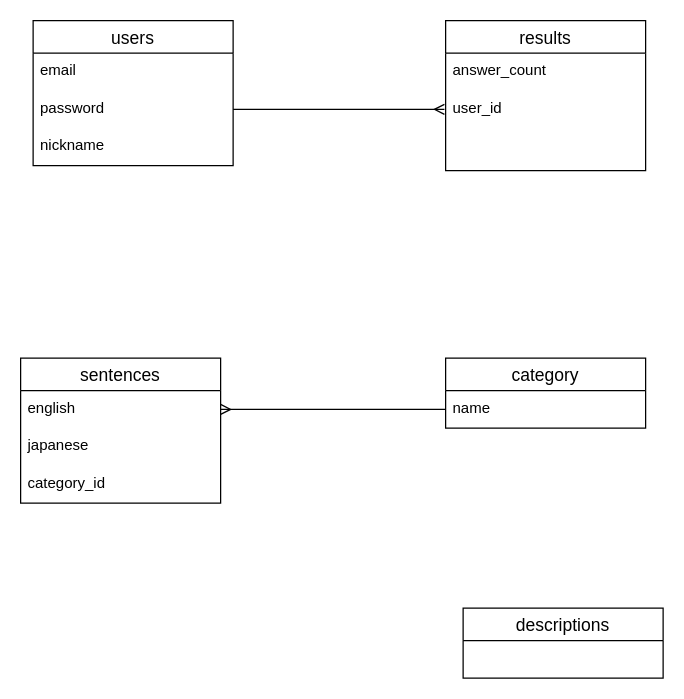
Above: er_graphic.dio in yuta-git/flash_practice (draw.io), before the change. Source tidied: cells renumbered, new cells numbered last; positions are measured from the earlier drawing's top-left corner, leaving out a move shared by most shapes. Both pictures are drawn from the tidied source at 125%, with x=0, y=0 at pixel (20, 20).
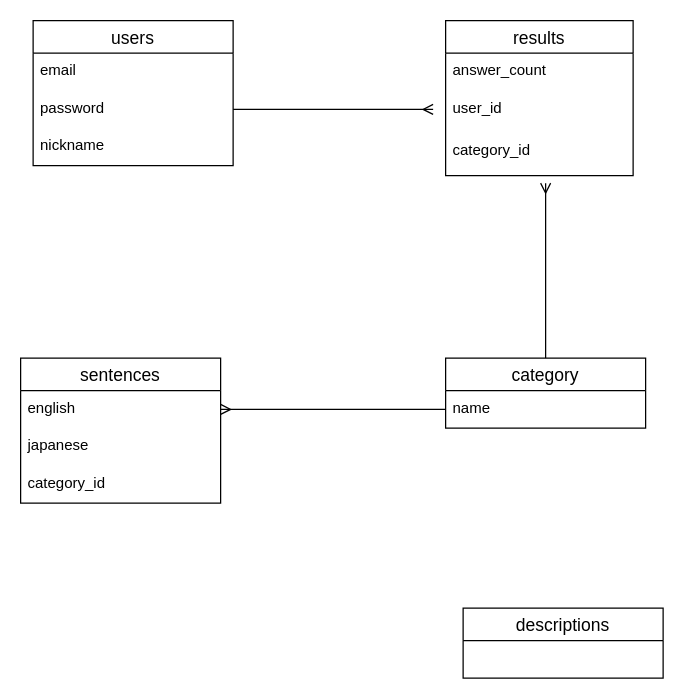
Above is the later version.

The change refers to these unchanged cells:
```xml
<mxCell id="4" value="password" style="text;strokeColor=none;fillColor=none;spacingLeft=4;spacingRight=4;overflow=hidden;points=[[0,0.5],[1,0.5]];portConstraint=eastwest;fontSize=12;" parent="2" vertex="1">
  <mxGeometry y="56" width="160" height="30" as="geometry" />
</mxCell>
<mxCell id="15" value="category" style="swimlane;fontStyle=0;horizontal=1;startSize=26;align=center;fontSize=14;" parent="1" vertex="1">
  <mxGeometry x="340" y="270" width="160" height="56" as="geometry" />
</mxCell>
```

Change to the diagram source:
```diff
@@
     <mxCell id="6" value="results" style="swimlane;fontStyle=0;horizontal=1;startSize=26;align=center;fontSize=14;" parent="1" vertex="1">
-      <mxGeometry x="340" width="160" height="120" as="geometry" />
+      <mxGeometry x="340" width="150" height="124" as="geometry" />
     </mxCell>
     <mxCell id="7" value="answer_count" style="text;strokeColor=none;fillColor=none;spacingLeft=4;spacingRight=4;overflow=hidden;fontSize=12;" parent="6" vertex="1">
-      <mxGeometry y="26" width="160" height="30" as="geometry" />
+      <mxGeometry y="26" width="150" height="30" as="geometry" />
     </mxCell>
     <mxCell id="8" value="user_id" style="text;strokeColor=none;fillColor=none;spacingLeft=4;spacingRight=4;overflow=hidden;points=[[0,0.5],[1,0.5]];portConstraint=eastwest;fontSize=12;" parent="6" vertex="1">
-      <mxGeometry y="56" width="160" height="64" as="geometry" />
+      <mxGeometry y="56" width="150" height="34" as="geometry" />
     </mxCell>
+    <mxCell id="18" value="category_id" style="text;strokeColor=none;fillColor=none;spacingLeft=4;spacingRight=4;overflow=hidden;fontSize=12;" parent="6" vertex="1">
+      <mxGeometry y="90" width="150" height="34" as="geometry" />
+    </mxCell>
@@
-    <mxCell id="13" style="edgeStyle=orthogonalEdgeStyle;rounded=0;jettySize=auto;html=1;exitX=1;exitY=0.5;exitDx=0;exitDy=0;entryX=-0.006;entryY=0.234;entryDx=0;entryDy=0;entryPerimeter=0;endArrow=ERmany;endFill=0;" parent="1" edge="1" source="4" target="8">
-      <mxGeometry relative="1" as="geometry" />
-    </mxCell>
@@
+    <mxCell id="19" style="edgeStyle=orthogonalEdgeStyle;rounded=0;jettySize=auto;html=1;exitX=0.5;exitY=0;exitDx=0;exitDy=0;endArrow=ERmany;endFill=0;" parent="1" edge="1" source="15">
+      <mxGeometry relative="1" as="geometry">
+        <mxPoint x="420" y="130" as="targetPoint" />
+      </mxGeometry>
+    </mxCell>
@@
+    <mxCell id="20" style="edgeStyle=orthogonalEdgeStyle;rounded=0;jettySize=auto;html=1;exitX=1;exitY=0.5;exitDx=0;exitDy=0;endArrow=ERmany;endFill=0;" parent="1" edge="1" source="4">
+      <mxGeometry relative="1" as="geometry">
+        <mxPoint x="330" y="71" as="targetPoint" />
+      </mxGeometry>
+    </mxCell>
```
